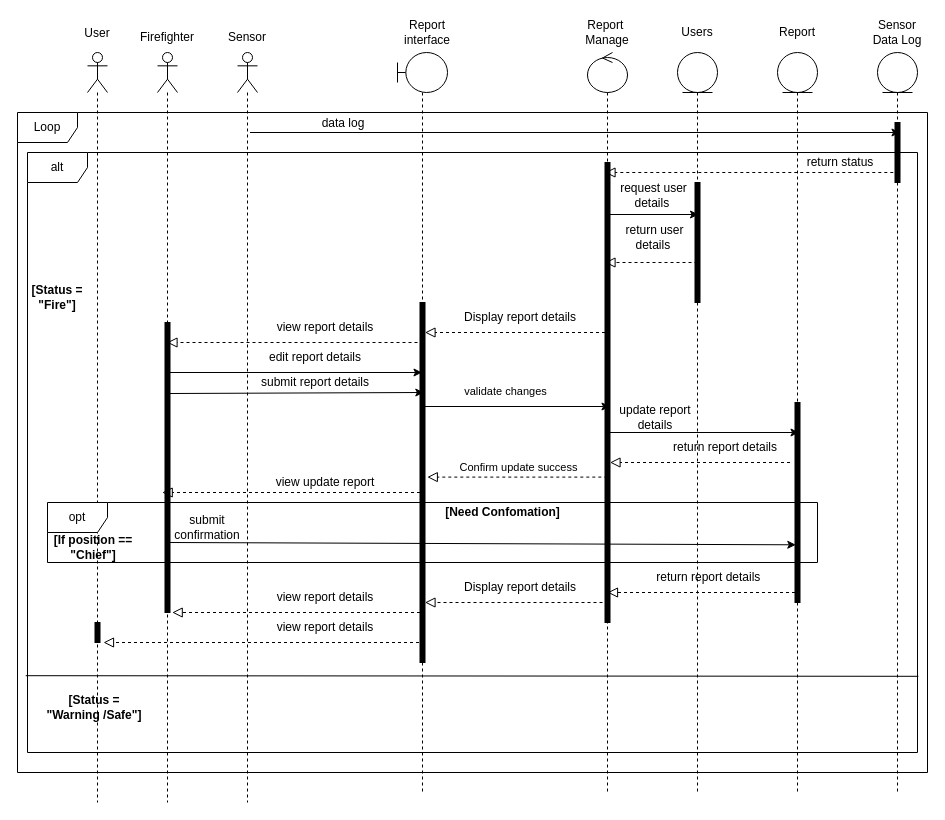
This is page "Report Management SD" (8 of 9) of doc/PSM.drawio from SNFASA/AI-Fire-Monitoring-System, a draw.io file, before an edit. Source tidied: cells renumbered, new cells numbered last; positions are measured from the earlier drawing's top-left corner, leaving out a move shared by most shapes. Both pictures are drawn from the tidied source at 100%, with x=0, y=0 at pixel (17, 17).
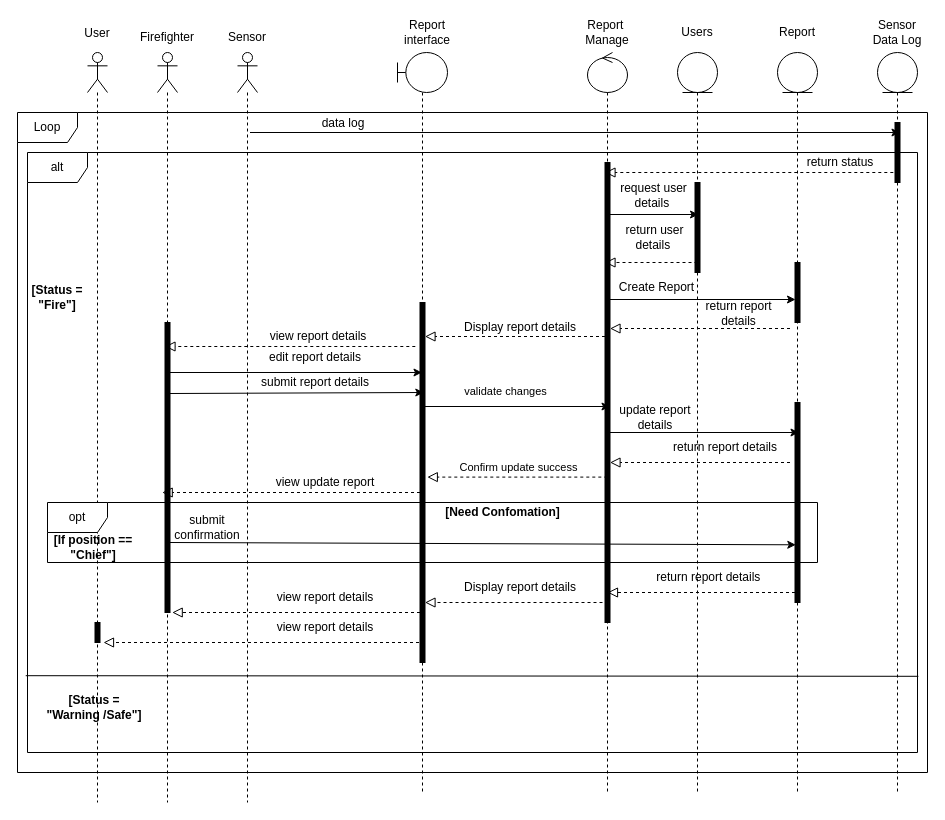
The same page after the edit.

Unchanged cells that the change refers to:
```xml
<mxCell id="27" style="shape=umlLifeline;perimeter=lifelinePerimeter;whiteSpace=wrap;html=1;outlineConnect=0;portConstraint=eastwest;newEdgeStyle={&quot;curved&quot;:0,&quot;rounded&quot;:0};participant=umlActor;" parent="1" vertex="1">
  <mxGeometry x="140" y="35" width="20" height="750" as="geometry" />
</mxCell>
```

What changed in the source:
```diff
@@
     <mxCell id="26" style="endArrow=block;startArrow=none;endFill=0;startFill=0;endSize=8;html=1;verticalAlign=bottom;dashed=1;labelBackgroundColor=none;rounded=0;" parent="1" edge="1">
       <mxGeometry relative="1" as="geometry">
-        <mxPoint x="587.5" y="315" as="sourcePoint" />
-        <mxPoint x="407.5" y="315" as="targetPoint" />
+        <mxPoint x="587.5" y="319" as="sourcePoint" />
+        <mxPoint x="407.5" y="319" as="targetPoint" />
       </mxGeometry>
     </mxCell>
@@
-    <mxCell id="30" style="endArrow=block;startArrow=none;endFill=0;startFill=0;endSize=8;html=1;verticalAlign=bottom;dashed=1;labelBackgroundColor=none;rounded=0;" parent="1" edge="1" target="27">
+    <mxCell id="30" style="endArrow=block;startArrow=none;endFill=0;startFill=0;endSize=8;html=1;verticalAlign=bottom;dashed=1;labelBackgroundColor=none;rounded=0;" parent="1" edge="1">
       <mxGeometry relative="1" as="geometry">
-        <mxPoint x="400" y="325" as="sourcePoint" />
+        <mxPoint x="397.8" y="329" as="sourcePoint" />
+        <mxPoint x="147.5" y="329" as="targetPoint" />
       </mxGeometry>
     </mxCell>
@@
     <mxCell id="35" style="html=1;perimeter=orthogonalPerimeter;fillColor=strokeColor;" parent="1" vertex="1">
-      <mxGeometry x="677.5" y="165" width="5" height="120" as="geometry" />
+      <mxGeometry x="677.5" y="165" width="5" height="90" as="geometry" />
     </mxCell>
@@
     <mxCell id="54" value="Display report details" style="text;html=1;whiteSpace=wrap;strokeColor=none;fillColor=none;align=center;verticalAlign=middle;rounded=0;" parent="1" vertex="1">
-      <mxGeometry x="444.5" y="285" width="115.5" height="30" as="geometry" />
+      <mxGeometry x="444.5" y="295" width="115.5" height="30" as="geometry" />
     </mxCell>
     <mxCell id="55" value="view report details" style="text;html=1;whiteSpace=wrap;strokeColor=none;fillColor=none;align=center;verticalAlign=middle;rounded=0;" parent="1" vertex="1">
-      <mxGeometry x="250" y="295" width="115.5" height="30" as="geometry" />
+      <mxGeometry x="243" y="304" width="115.5" height="30" as="geometry" />
     </mxCell>
@@
+    <mxCell id="69" style="html=1;perimeter=orthogonalPerimeter;fillColor=strokeColor;" parent="1" vertex="1">
+      <mxGeometry x="777.5" y="245" width="5" height="60" as="geometry" />
+    </mxCell>
+    <mxCell id="70" style="endArrow=classic;html=1;rounded=0;" parent="1" edge="1">
+      <mxGeometry relative="1" as="geometry">
+        <mxPoint x="592.5" y="282" as="sourcePoint" />
+        <mxPoint x="778" y="282" as="targetPoint" />
+      </mxGeometry>
+    </mxCell>
+    <mxCell id="71" value="Create Report" style="text;html=1;whiteSpace=wrap;strokeColor=none;fillColor=none;align=center;verticalAlign=middle;rounded=0;" parent="1" vertex="1">
+      <mxGeometry x="597.5" y="255" width="82.5" height="30" as="geometry" />
+    </mxCell>
+    <mxCell id="72" style="endArrow=block;startArrow=none;endFill=0;startFill=0;endSize=8;html=1;verticalAlign=bottom;dashed=1;labelBackgroundColor=none;rounded=0;" parent="1" edge="1">
+      <mxGeometry relative="1" as="geometry">
+        <mxPoint x="772.5" y="311" as="sourcePoint" />
+        <mxPoint x="592.5" y="311" as="targetPoint" />
+      </mxGeometry>
+    </mxCell>
+    <mxCell id="73" value="return report details" style="text;html=1;whiteSpace=wrap;strokeColor=none;fillColor=none;align=center;verticalAlign=middle;rounded=0;" parent="1" vertex="1">
+      <mxGeometry x="680" y="281" width="82.5" height="30" as="geometry" />
+    </mxCell>
```
